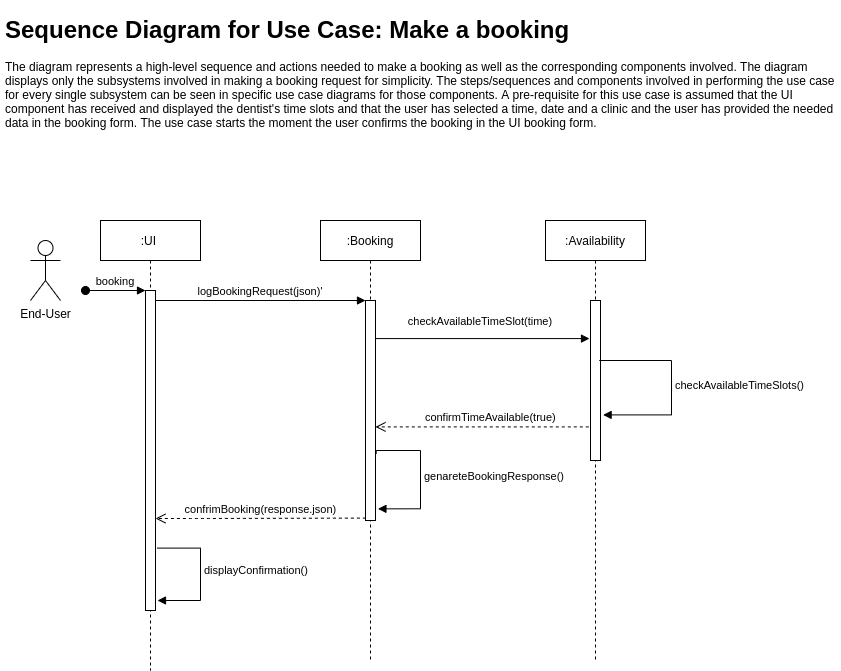
krasen86/documentation keeps this draw.io diagram as diagrams/v1/Sequence_Use_case_Booking_-_V1.png. Above is the earlier version. Source tidied: cells renumbered, new cells last; positions are measured from the earlier drawing's top-left corner, leaving out a move shared by most shapes.
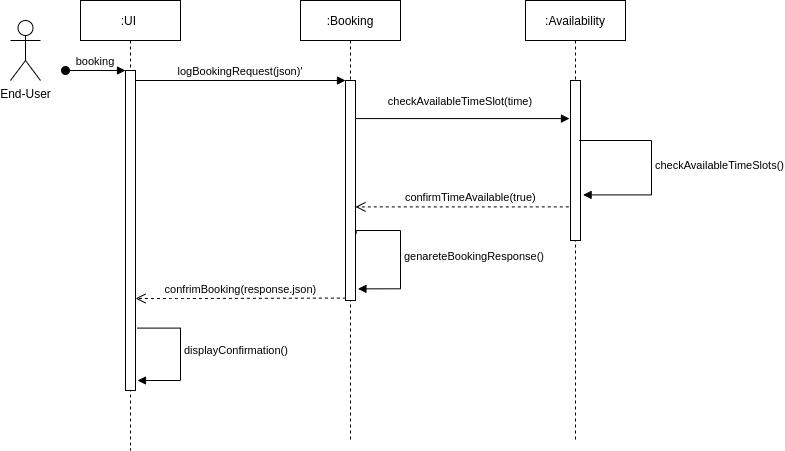
After the change.

Diff of the diagram source:
```diff
@@ -62,18 +62,15 @@
     <mxCell id="15" value="End-User" style="shape=umlActor;verticalLabelPosition=bottom;verticalAlign=top;html=1;" parent="1" vertex="1">
       <mxGeometry x="30" y="230" width="30" height="60" as="geometry" />
     </mxCell>
-    <mxCell id="16" value="&lt;h1&gt;&lt;span&gt;Sequence Diagram for&amp;nbsp;&lt;/span&gt;Use Case: Make a booking&lt;/h1&gt;&lt;div&gt;&lt;span style=&quot;font-size: 12px ; font-weight: 400&quot;&gt;The diagram represents a high-level sequence and actions needed to make a booking as well as the corresponding components involved. The diagram displays only the subsystems involved in making a booking request for simplicity. The steps/sequences and components involved in performing the use case for every single subsystem can be seen in specific use case diagrams for those components. A pre-requisite for this use case is assumed that the UI component has received and displayed the dentist's time slots and that the user has selected a time, date and a clinic and the user has provided the needed data in the booking form. The use case starts the moment the user confirms the booking in the UI booking form.&lt;/span&gt;&lt;/div&gt;" style="text;html=1;strokeColor=none;fillColor=none;spacing=5;spacingTop=-20;whiteSpace=wrap;overflow=hidden;rounded=0;" parent="1" vertex="1">
-      <mxGeometry width="840" height="120" as="geometry" />
+    <mxCell id="16" value="checkAvailableTimeSlots()" style="edgeStyle=orthogonalEdgeStyle;html=1;align=left;spacingLeft=2;endArrow=block;rounded=0;entryX=1.26;entryY=0.715;entryDx=0;entryDy=0;entryPerimeter=0;" parent="1" edge="1" target="13">
+      <mxGeometry x="0.02" relative="1" as="geometry">
+        <mxPoint x="603" y="350" as="sourcePoint" />
+        <Array as="points">
+          <mxPoint x="599" y="350" />
+          <mxPoint x="671" y="350" />
+          <mxPoint x="671" y="404" />
+        </Array>
+      </mxGeometry>
     </mxCell>
-    <mxCell id="17" value="checkAvailableTimeSlots()" style="edgeStyle=orthogonalEdgeStyle;html=1;align=left;spacingLeft=2;endArrow=block;rounded=0;entryX=1.26;entryY=0.715;entryDx=0;entryDy=0;entryPerimeter=0;" parent="1" edge="1" target="13">
-      <mxGeometry x="0.02" relative="1" as="geometry">
-        <mxPoint x="603" y="350" as="sourcePoint" />
-        <Array as="points">
-          <mxPoint x="599" y="350" />
-          <mxPoint x="671" y="350" />
-          <mxPoint x="671" y="404" />
-        </Array>
-      </mxGeometry>
-    </mxCell>
   </root>
 </mxGraphModel>
```
